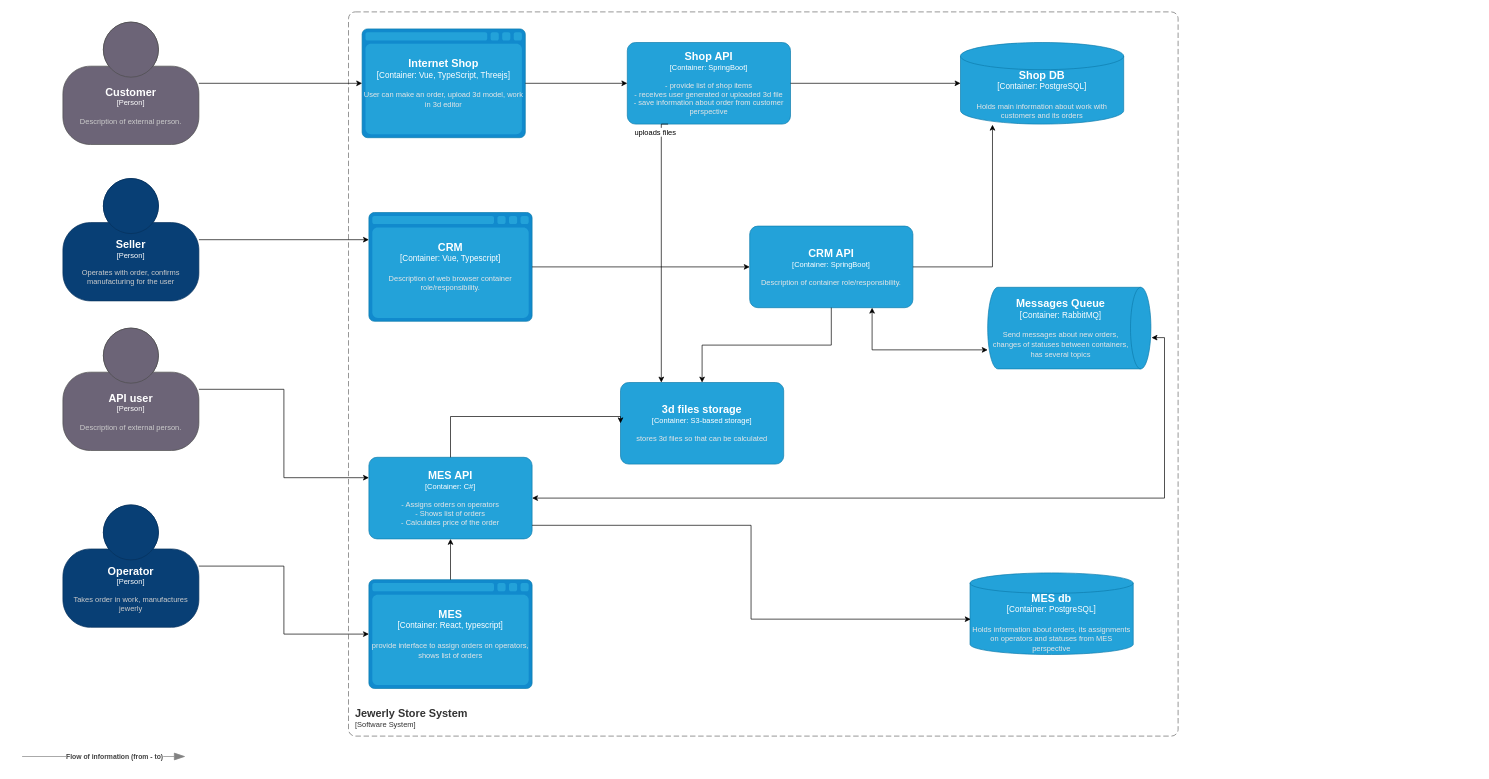
The draw.io diagram Task3/jewerly_c4_model.drawio in kelwar/architecture-alexandrite, before the edit. Source tidied: cells renumbered, new cells numbered last; positions are measured from the earlier drawing's top-left corner, leaving out a move shared by most shapes. Both pictures are drawn from the tidied source at 68%, with x=0, y=0 at pixel (22, 12).
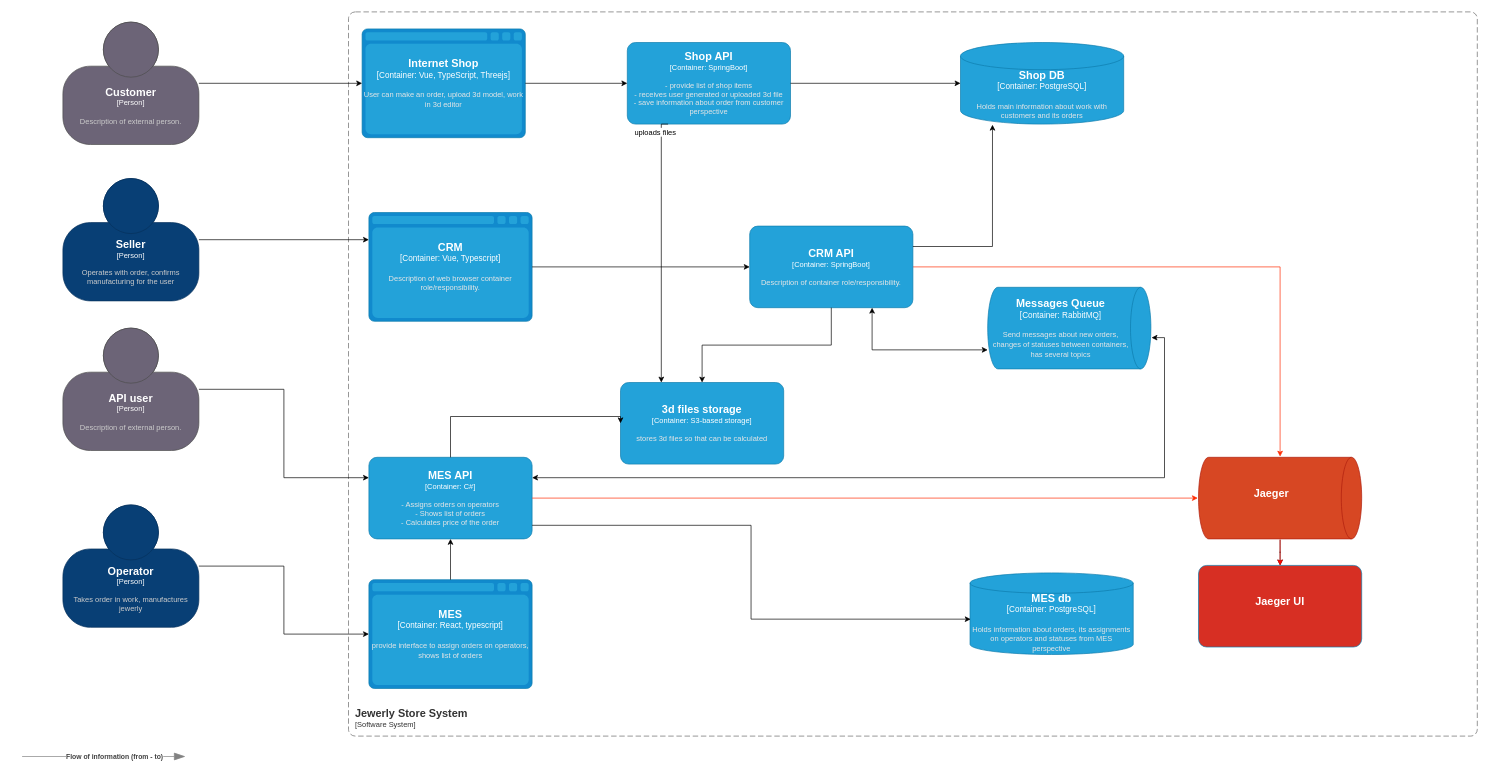
Above is the later version.

Unchanged cells that the change refers to:
```xml
<object id="2" label="&lt;font style=&quot;font-size: 16px&quot;&gt;&lt;b&gt;%c4Name%&lt;/b&gt;&lt;/font&gt;&lt;div&gt;[%c4Type%: %c4Technology%]&lt;/div&gt;&lt;br&gt;&lt;div&gt;&lt;font style=&quot;font-size: 11px&quot;&gt;&lt;font color=&quot;#E6E6E6&quot;&gt;%c4Description%&lt;/font&gt;&lt;/div&gt;" c4Description="- Assigns orders on operators&#10;- Shows list of orders&#10;- Calculates price of the order" c4Name="MES API" c4Technology="C#" c4Type="Container" placeholders="1">
  <mxCell style="rounded=1;whiteSpace=wrap;html=1;fontSize=11;labelBackgroundColor=none;fillColor=#23A2D9;fontColor=#ffffff;align=center;arcSize=10;strokeColor=#0E7DAD;points=[[0.25,0,0],[0.5,0,0],[0.75,0,0],[1,0.25,0],[1,0.5,0],[1,0.75,0],[0.75,1,0],[0.5,1,0],[0.25,1,0],[0,0.75,0],[0,0.5,0],[0,0.25,0]];" parent="1" vertex="1">
    <mxGeometry x="510" y="655" width="240" height="120" as="geometry" />
  </mxCell>
</object>
<object id="3" label="&lt;font style=&quot;font-size: 16px&quot;&gt;&lt;b&gt;%c4Name%&lt;/b&gt;&lt;/font&gt;&lt;div&gt;[%c4Type%:&amp;nbsp;%c4Technology%]&lt;/div&gt;&lt;br&gt;&lt;div&gt;&lt;font style=&quot;font-size: 11px&quot;&gt;&lt;font color=&quot;#E6E6E6&quot;&gt;%c4Description%&lt;/font&gt;&lt;/div&gt;" c4Description="Send messages about new orders, changes of statuses between containers, has several topics" c4Name="Messages Queue" c4Technology="RabbitMQ" c4Type="Container" placeholders="1">
  <mxCell style="shape=cylinder3;size=15;direction=south;whiteSpace=wrap;html=1;boundedLbl=1;rounded=0;labelBackgroundColor=none;fillColor=#23A2D9;fontSize=12;fontColor=#ffffff;align=center;strokeColor=#0E7DAD;points=[[0.5,0,0],[1,0.25,0],[1,0.5,0],[1,0.75,0],[0.5,1,0],[0,0.75,0],[0,0.5,0],[0,0.25,0]];" parent="1" vertex="1">
    <mxGeometry x="1420" y="405" width="240" height="120" as="geometry" />
  </mxCell>
</object>
<object id="12" label="&lt;font style=&quot;font-size: 16px&quot;&gt;&lt;b&gt;%c4Name%&lt;/b&gt;&lt;/font&gt;&lt;div&gt;[%c4Type%: %c4Technology%]&lt;/div&gt;&lt;br&gt;&lt;div&gt;&lt;font style=&quot;font-size: 11px&quot;&gt;&lt;font color=&quot;#E6E6E6&quot;&gt;%c4Description%&lt;/font&gt;&lt;/div&gt;" c4Description="Description of container role/responsibility." c4Name="CRM API" c4Technology="SpringBoot" c4Type="Container" placeholders="1">
  <mxCell style="rounded=1;whiteSpace=wrap;html=1;fontSize=11;labelBackgroundColor=none;fillColor=#23A2D9;fontColor=#ffffff;align=center;arcSize=10;strokeColor=#0E7DAD;points=[[0.25,0,0],[0.5,0,0],[0.75,0,0],[1,0.25,0],[1,0.5,0],[1,0.75,0],[0.75,1,0],[0.5,1,0],[0.25,1,0],[0,0.75,0],[0,0.5,0],[0,0.25,0]];" parent="1" vertex="1">
    <mxGeometry x="1070" y="315" width="240" height="120" as="geometry" />
  </mxCell>
</object>
<object id="13" label="&lt;font style=&quot;font-size: 16px&quot;&gt;&lt;b&gt;%c4Name%&lt;/b&gt;&lt;/font&gt;&lt;div&gt;[%c4Type%:&amp;nbsp;%c4Technology%]&lt;/div&gt;&lt;br&gt;&lt;div&gt;&lt;font style=&quot;font-size: 11px&quot;&gt;&lt;font color=&quot;#E6E6E6&quot;&gt;%c4Description%&lt;/font&gt;&lt;/div&gt;" c4Description="Holds main information about work with customers and its orders&#10;" c4Name="Shop DB" c4Technology="PostgreSQL" c4Type="Container" placeholders="1">
  <mxCell style="shape=cylinder3;size=20;whiteSpace=wrap;html=1;boundedLbl=1;rounded=0;labelBackgroundColor=none;fillColor=#23A2D9;fontSize=12;fontColor=#ffffff;align=center;strokeColor=#0E7DAD;points=[[0.5,0,0],[1,0.25,0],[1,0.5,0],[1,0.75,0],[0.5,1,0],[0,0.75,0],[0,0.5,0],[0,0.25,0]];" parent="1" vertex="1">
    <mxGeometry x="1380" y="45" width="240" height="120" as="geometry" />
  </mxCell>
</object>
```

What changed in the source:
```diff
@@
+    <mxCell id="34" style="edgeStyle=orthogonalEdgeStyle;rounded=0;jettySize=auto;html=1;exitX=1;exitY=0.5;exitDx=0;exitDy=0;exitPerimeter=0;entryX=0;entryY=0.5;entryDx=0;entryDy=0;entryPerimeter=0;strokeColor=#FF2A00;" parent="1" edge="1" source="12" target="38">
+      <mxGeometry relative="1" as="geometry" />
+    </mxCell>
@@
-    <mxCell id="14" style="edgeStyle=orthogonalEdgeStyle;rounded=0;jettySize=auto;html=1;entryX=0.196;entryY=1.008;entryDx=0;entryDy=0;entryPerimeter=0;" parent="1" edge="1" source="12" target="13">
+    <mxCell id="14" style="edgeStyle=orthogonalEdgeStyle;rounded=0;jettySize=auto;html=1;entryX=0.196;entryY=1.008;entryDx=0;entryDy=0;entryPerimeter=0;exitX=1;exitY=0.25;exitDx=0;exitDy=0;exitPerimeter=0;" parent="1" edge="1" source="12" target="13">
       <mxGeometry relative="1" as="geometry" />
     </mxCell>
@@
-    <mxCell id="18" style="edgeStyle=orthogonalEdgeStyle;rounded=0;jettySize=auto;html=1;entryX=0.617;entryY=-0.004;entryDx=0;entryDy=0;entryPerimeter=0;startArrow=classic;startFill=1;" parent="1" edge="1" source="2" target="3">
+    <mxCell id="18" style="edgeStyle=orthogonalEdgeStyle;rounded=0;jettySize=auto;html=1;entryX=0.617;entryY=-0.004;entryDx=0;entryDy=0;entryPerimeter=0;startArrow=classic;startFill=1;exitX=1;exitY=0.25;exitDx=0;exitDy=0;exitPerimeter=0;" parent="1" edge="1" source="2" target="3">
       <mxGeometry relative="1" as="geometry" />
     </mxCell>
@@
     <object id="20" label="&lt;font style=&quot;font-size: 16px&quot;&gt;&lt;b&gt;&lt;div style=&quot;text-align: left&quot;&gt;%c4Name%&lt;/div&gt;&lt;/b&gt;&lt;/font&gt;&lt;div style=&quot;text-align: left&quot;&gt;[%c4Application%]&lt;/div&gt;" c4Application="Software System" c4Name="Jewerly Store System" placeholders="1">
       <mxCell style="rounded=1;fontSize=11;whiteSpace=wrap;html=1;dashed=1;arcSize=20;fillColor=none;strokeColor=#666666;fontColor=#333333;labelBackgroundColor=none;align=left;verticalAlign=bottom;labelBorderColor=none;spacingTop=0;spacing=10;dashPattern=8 4;perimeter=rectanglePerimeter;noLabel=0;labelPadding=0;absoluteArcSize=1;" parent="1" vertex="1">
-        <mxGeometry x="480" width="1220" height="1065" as="geometry" />
+        <mxGeometry x="480" width="1660" height="1065" as="geometry" />
       </mxCell>
     </object>
@@
+    <mxCell id="35" style="edgeStyle=orthogonalEdgeStyle;rounded=0;jettySize=auto;html=1;exitX=1;exitY=0.5;exitDx=0;exitDy=0;exitPerimeter=0;entryX=0.5;entryY=1;entryDx=0;entryDy=0;entryPerimeter=0;strokeColor=#FF2A00;" parent="1" edge="1" source="2" target="38">
+      <mxGeometry relative="1" as="geometry" />
+    </mxCell>
+    <object id="36" label="&lt;font style=&quot;font-size: 16px&quot;&gt;&lt;b&gt;%c4Name%&lt;/b&gt;&lt;/font&gt;&lt;div&gt;&lt;/div&gt;&lt;br&gt;&lt;div&gt;&lt;font style=&quot;font-size: 11px&quot;&gt;&lt;font color=&quot;#E6E6E6&quot;&gt;%c4Description%&lt;/font&gt;&lt;/div&gt;" c4Description="" c4Name="Jaeger UI" placeholders="1">
+      <mxCell style="rounded=1;whiteSpace=wrap;html=1;fontSize=11;labelBackgroundColor=none;fillColor=light-dark(#d72f23, #1d8ab9);fontColor=#ffffff;align=center;arcSize=10;strokeColor=#0E7DAD;points=[[0.25,0,0],[0.5,0,0],[0.75,0,0],[1,0.25,0],[1,0.5,0],[1,0.75,0],[0.75,1,0],[0.5,1,0],[0.25,1,0],[0,0.75,0],[0,0.5,0],[0,0.25,0]];" parent="1" vertex="1">
+        <mxGeometry x="1730" y="814" width="240" height="120" as="geometry" />
+      </mxCell>
+    </object>
+    <mxCell id="37" style="edgeStyle=orthogonalEdgeStyle;rounded=0;jettySize=auto;html=1;" parent="1" edge="1" source="38" target="36">
+      <mxGeometry relative="1" as="geometry" />
+    </mxCell>
+    <object id="38" label="&lt;font style=&quot;font-size: 16px&quot;&gt;&lt;b&gt;%c4Name%&lt;/b&gt;&lt;/font&gt;&lt;div&gt;&lt;/div&gt;&lt;br&gt;&lt;div&gt;&lt;font style=&quot;font-size: 11px&quot;&gt;&lt;font color=&quot;#E6E6E6&quot;&gt;%c4Description%&lt;/font&gt;&lt;/div&gt;" c4Description="" c4Name="Jaeger" placeholders="1">
+      <mxCell style="shape=cylinder3;size=15;direction=south;whiteSpace=wrap;html=1;boundedLbl=1;rounded=0;labelBackgroundColor=none;fillColor=light-dark(#d74723, #1d8ab9);fontSize=12;fontColor=#ffffff;align=center;strokeColor=light-dark(#af1e0e, #45a4ce);points=[[0.5,0,0],[1,0.25,0],[1,0.5,0],[1,0.75,0],[0.5,1,0],[0,0.75,0],[0,0.5,0],[0,0.25,0]];perimeterSpacing=1;" parent="1" vertex="1">
+        <mxGeometry x="1730" y="655" width="240" height="120" as="geometry" />
+      </mxCell>
+    </object>
+    <mxCell id="39" style="edgeStyle=orthogonalEdgeStyle;rounded=0;jettySize=auto;html=1;exitX=1;exitY=0.5;exitDx=0;exitDy=0;exitPerimeter=0;entryX=0.5;entryY=0;entryDx=0;entryDy=0;entryPerimeter=0;strokeColor=#FF0A02;" parent="1" edge="1" source="38" target="36">
+      <mxGeometry relative="1" as="geometry">
+        <Array as="points">
+          <mxPoint x="1850" y="785" />
+          <mxPoint x="1850" y="785" />
+        </Array>
+      </mxGeometry>
+    </mxCell>
```
